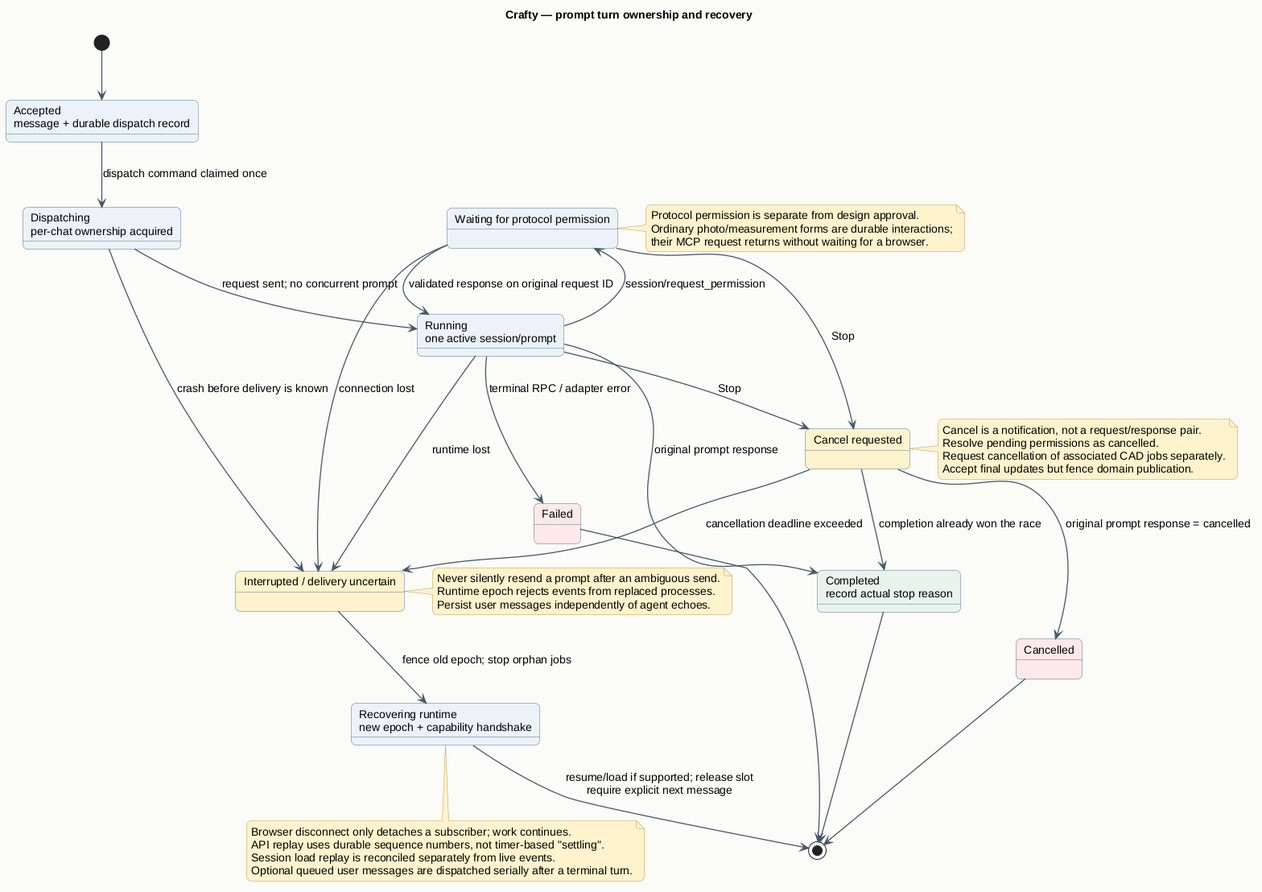
Before: docs/architecture/rendered/turns.png, a diagram exported from PlantUML (hmldns/icrafty). The source it was exported from:
```plantuml
@startuml turns
!include theme.iuml
title Crafty — prompt turn ownership and recovery
top to bottom direction

state "Accepted\nmessage + durable dispatch record" as Accepted
state "Dispatching\nper-chat ownership acquired" as Dispatching
state "Running\none active session/prompt" as Running
state "Waiting for protocol permission" as Permission
state "Cancel requested" as Cancelling #FFF3CD
state "Completed\nrecord actual stop reason" as Completed #E8F3EC
state "Cancelled" as Cancelled #FCE9E7
state "Failed" as Failed #FCE9E7
state "Interrupted / delivery uncertain" as Interrupted #FFF3CD
state "Recovering runtime\nnew epoch + capability handshake" as Recovering

[*] --> Accepted
Accepted --> Dispatching : dispatch command claimed once
Dispatching --> Running : request sent; no concurrent prompt
Running --> Permission : session/request_permission
Permission --> Running : validated response on original request ID
Running --> Completed : original prompt response
Permission --> Cancelling : Stop
Running --> Cancelling : Stop
Cancelling --> Cancelled : original prompt response = cancelled
Cancelling --> Completed : completion already won the race
Running --> Failed : terminal RPC / adapter error
Dispatching --> Interrupted : crash before delivery is known
Running --> Interrupted : runtime lost
Cancelling --> Interrupted : cancellation deadline exceeded
Permission --> Interrupted : connection lost
Interrupted --> Recovering : fence old epoch; stop orphan jobs
Recovering --> [*] : resume/load if supported; release slot\nrequire explicit next message
Completed --> [*]
Cancelled --> [*]
Failed --> [*]

note right of Permission
  Protocol permission is separate from design approval.
  Ordinary photo/measurement forms are durable interactions;
  their MCP request returns without waiting for a browser.
end note
note right of Cancelling
  Cancel is a notification, not a request/response pair.
  Resolve pending permissions as cancelled.
  Request cancellation of associated CAD jobs separately.
  Accept final updates but fence domain publication.
end note
note right of Interrupted
  Never silently resend a prompt after an ambiguous send.
  Runtime epoch rejects events from replaced processes.
  Persist user messages independently of agent echoes.
end note
note bottom of Recovering
  Browser disconnect only detaches a subscriber; work continues.
  API replay uses durable sequence numbers, not timer-based "settling".
  Session load replay is reconciled separately from live events.
  Optional queued user messages are dispatched serially after a terminal turn.
end note
@enduml
```
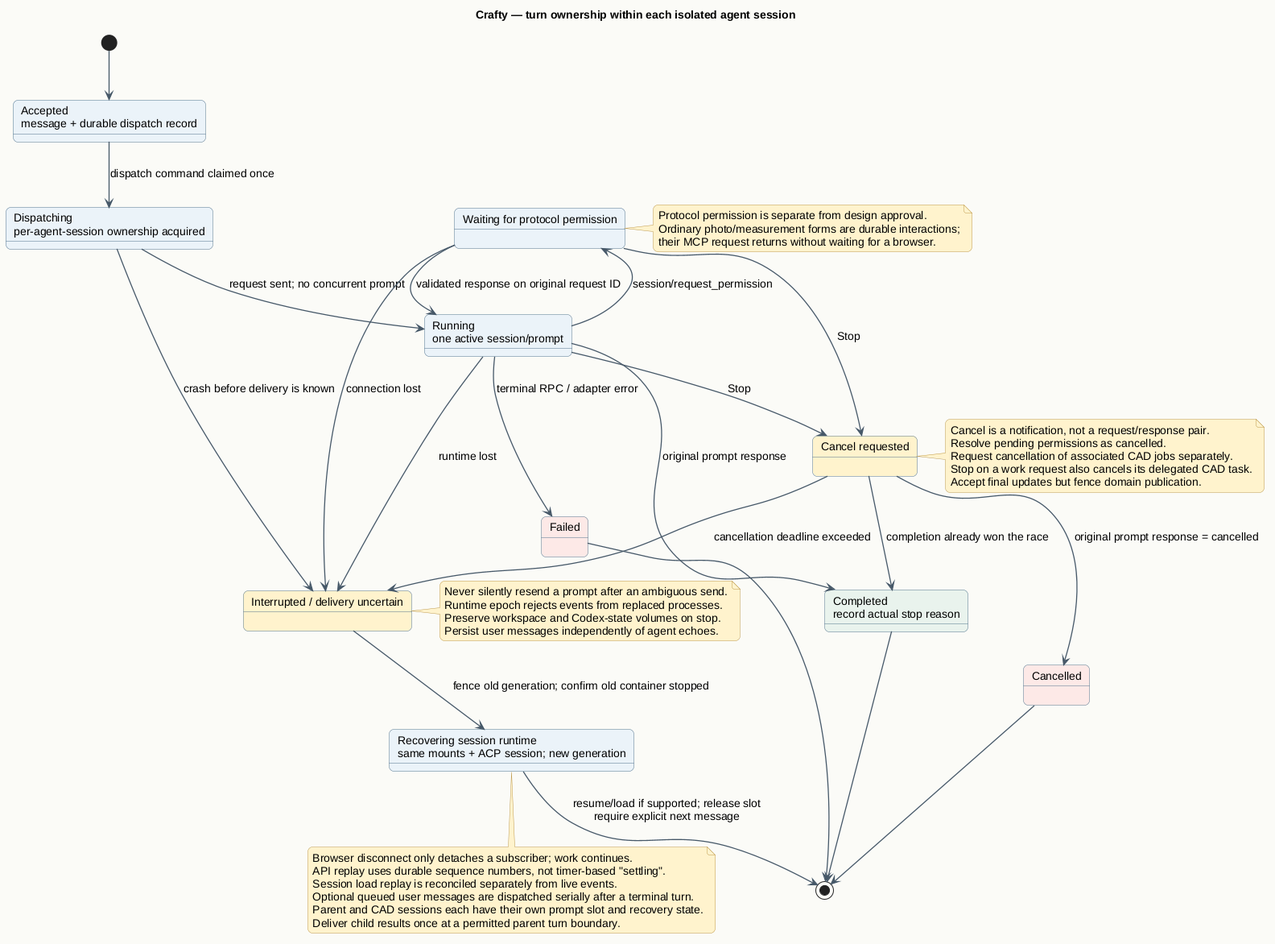
The same diagram one commit later.

Diff of the diagram source:
```diff
@@ -1,10 +1,10 @@
 @startuml turns
 !include theme.iuml
-title Crafty — prompt turn ownership and recovery
+title Crafty — turn ownership within each isolated agent session
 top to bottom direction
 
 state "Accepted\nmessage + durable dispatch record" as Accepted
-state "Dispatching\nper-chat ownership acquired" as Dispatching
+state "Dispatching\nper-agent-session ownership acquired" as Dispatching
 state "Running\none active session/prompt" as Running
 state "Waiting for protocol permission" as Permission
 state "Cancel requested" as Cancelling #FFF3CD
@@ -12,7 +12,7 @@
 state "Cancelled" as Cancelled #FCE9E7
 state "Failed" as Failed #FCE9E7
 state "Interrupted / delivery uncertain" as Interrupted #FFF3CD
-state "Recovering runtime\nnew epoch + capability handshake" as Recovering
+state "Recovering session runtime\nsame mounts + ACP session; new generation" as Recovering
 
 [*] --> Accepted
 Accepted --> Dispatching : dispatch command claimed once
@@ -29,7 +29,7 @@
 Running --> Interrupted : runtime lost
 Cancelling --> Interrupted : cancellation deadline exceeded
 Permission --> Interrupted : connection lost
-Interrupted --> Recovering : fence old epoch; stop orphan jobs
+Interrupted --> Recovering : fence old generation; confirm old container stopped
 Recovering --> [*] : resume/load if supported; release slot\nrequire explicit next message
 Completed --> [*]
 Cancelled --> [*]
@@ -44,11 +44,13 @@
   Cancel is a notification, not a request/response pair.
   Resolve pending permissions as cancelled.
   Request cancellation of associated CAD jobs separately.
+  Stop on a work request also cancels its delegated CAD task.
   Accept final updates but fence domain publication.
 end note
 note right of Interrupted
   Never silently resend a prompt after an ambiguous send.
   Runtime epoch rejects events from replaced processes.
+  Preserve workspace and Codex-state volumes on stop.
   Persist user messages independently of agent echoes.
 end note
 note bottom of Recovering
@@ -56,5 +58,7 @@
   API replay uses durable sequence numbers, not timer-based "settling".
   Session load replay is reconciled separately from live events.
   Optional queued user messages are dispatched serially after a terminal turn.
+  Parent and CAD sessions each have their own prompt slot and recovery state.
+  Deliver child results once at a permitted parent turn boundary.
 end note
 @enduml
```
